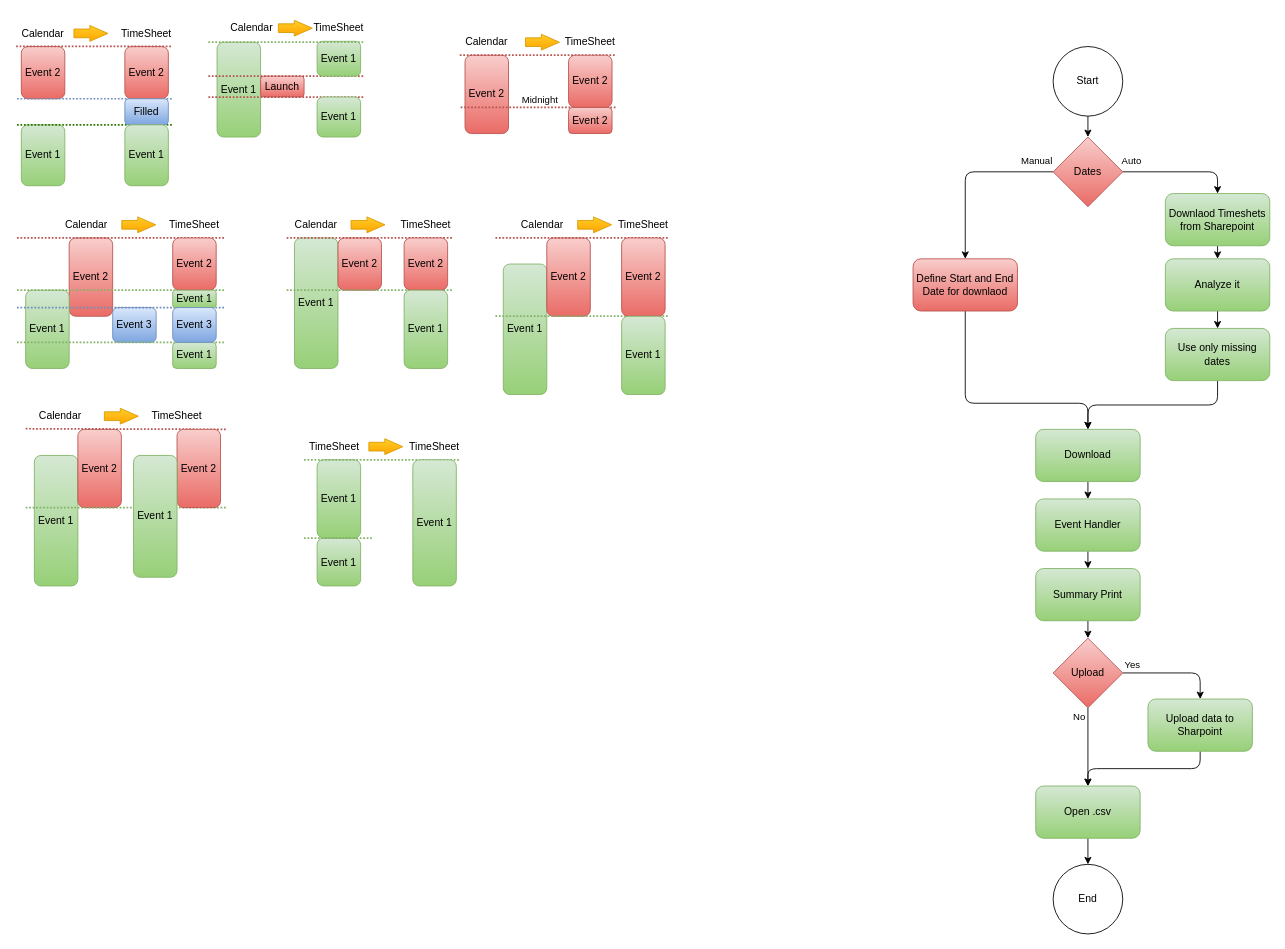
Earlier version of the draw.io diagram Libs/Readme/Charts.drawio (JanVasko1/KM-Calendar_Reading). Source tidied: cells renumbered, new cells numbered last; positions are measured from the earlier drawing's top-left corner, leaving out a move shared by most shapes. Both pictures are drawn from the tidied source at 87%, with x=0, y=0 at pixel (16, 15).
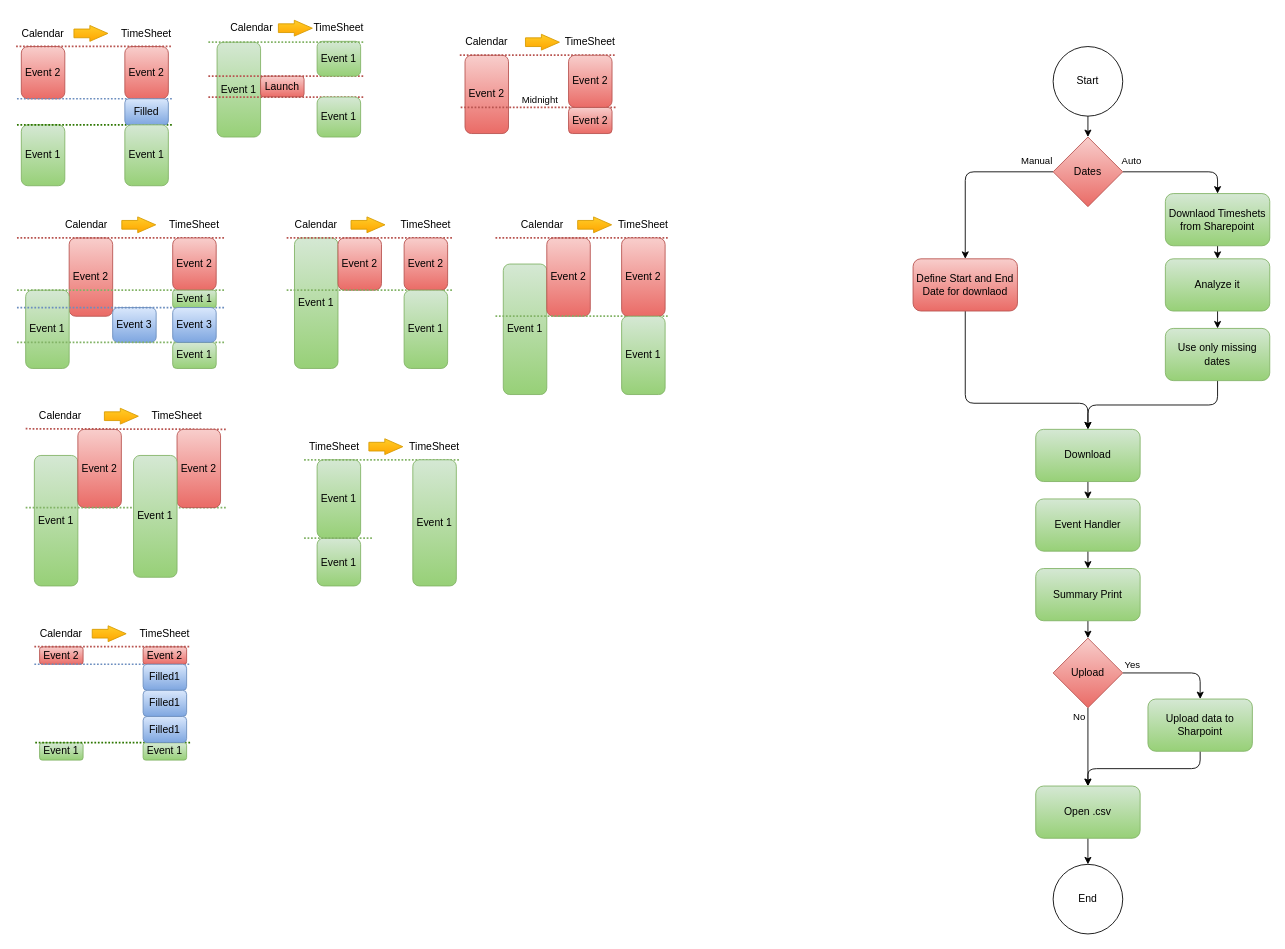
The same diagram, later.

Change to the diagram source:
```diff
@@
+    <mxCell id="112" value="Event 1" style="rounded=1;whiteSpace=wrap;html=1;fillColor=#d5e8d4;strokeColor=#82b366;gradientColor=#97d077;" parent="1" vertex="1">
+      <mxGeometry x="27" y="836.2" width="50" height="20" as="geometry" />
+    </mxCell>
+    <mxCell id="113" value="Event 2" style="rounded=1;whiteSpace=wrap;html=1;fillColor=#f8cecc;strokeColor=#b85450;gradientColor=#ea6b66;" parent="1" vertex="1">
+      <mxGeometry x="27" y="726" width="50" height="20" as="geometry" />
+    </mxCell>
+    <mxCell id="114" value="Calendar" style="text;html=1;align=center;verticalAlign=middle;whiteSpace=wrap;rounded=0;" parent="1" vertex="1">
+      <mxGeometry x="22" y="696" width="60" height="30" as="geometry" />
+    </mxCell>
+    <mxCell id="115" value="TimeSheet" style="text;html=1;align=center;verticalAlign=middle;whiteSpace=wrap;rounded=0;" parent="1" vertex="1">
+      <mxGeometry x="141" y="696" width="60" height="30" as="geometry" />
+    </mxCell>
+    <mxCell id="116" style="shape=flexArrow;endArrow=classic;html=1;rounded=0;fillColor=#ffcd28;gradientColor=#ffa500;strokeColor=#d79b00;endWidth=7.209302325581396;endSize=6.574418604651163;" parent="1" edge="1">
+      <mxGeometry relative="1" as="geometry">
+        <mxPoint x="87" y="710.9" as="sourcePoint" />
+        <mxPoint x="127" y="710.9" as="targetPoint" />
+      </mxGeometry>
+    </mxCell>
+    <mxCell id="117" style="endArrow=none;dashed=1;html=1;dashPattern=1 1;strokeWidth=2;rounded=0;fillColor=#dae8fc;strokeColor=#6c8ebf;gradientColor=#7ea6e0;" parent="1" edge="1">
+      <mxGeometry relative="1" as="geometry">
+        <mxPoint x="21" y="746" as="sourcePoint" />
+        <mxPoint x="201" y="746" as="targetPoint" />
+      </mxGeometry>
+    </mxCell>
+    <mxCell id="118" style="endArrow=none;dashed=1;html=1;dashPattern=1 1;strokeWidth=2;rounded=0;fillColor=#60a917;strokeColor=#2D7600;" parent="1" edge="1">
+      <mxGeometry relative="1" as="geometry">
+        <mxPoint x="22" y="836" as="sourcePoint" />
+        <mxPoint x="202" y="836" as="targetPoint" />
+      </mxGeometry>
+    </mxCell>
+    <mxCell id="119" value="Event 2" style="rounded=1;whiteSpace=wrap;html=1;fillColor=#f8cecc;strokeColor=#b85450;gradientColor=#ea6b66;" parent="1" vertex="1">
+      <mxGeometry x="146" y="726" width="50" height="20" as="geometry" />
+    </mxCell>
+    <mxCell id="120" value="Filled1" style="rounded=1;whiteSpace=wrap;html=1;fillColor=#dae8fc;strokeColor=#6c8ebf;gradientColor=#7ea6e0;" parent="1" vertex="1">
+      <mxGeometry x="146" y="746" width="50" height="30" as="geometry" />
+    </mxCell>
+    <mxCell id="121" value="Event 1" style="rounded=1;whiteSpace=wrap;html=1;fillColor=#d5e8d4;strokeColor=#82b366;gradientColor=#97d077;" parent="1" vertex="1">
+      <mxGeometry x="146" y="836.2" width="50" height="20" as="geometry" />
+    </mxCell>
+    <mxCell id="122" style="endArrow=none;dashed=1;html=1;dashPattern=1 1;strokeWidth=2;rounded=0;fillColor=#f8cecc;strokeColor=#b85450;gradientColor=#ea6b66;" parent="1" edge="1">
+      <mxGeometry relative="1" as="geometry">
+        <mxPoint x="21" y="725.8" as="sourcePoint" />
+        <mxPoint x="201" y="725.8" as="targetPoint" />
+      </mxGeometry>
+    </mxCell>
+    <mxCell id="123" value="Filled1" style="rounded=1;whiteSpace=wrap;html=1;fillColor=#dae8fc;strokeColor=#6c8ebf;gradientColor=#7ea6e0;" parent="1" vertex="1">
+      <mxGeometry x="146" y="776" width="50" height="30" as="geometry" />
+    </mxCell>
+    <mxCell id="124" value="Filled1" style="rounded=1;whiteSpace=wrap;html=1;fillColor=#dae8fc;strokeColor=#6c8ebf;gradientColor=#7ea6e0;" parent="1" vertex="1">
+      <mxGeometry x="146" y="806" width="50" height="30" as="geometry" />
+    </mxCell>
```
